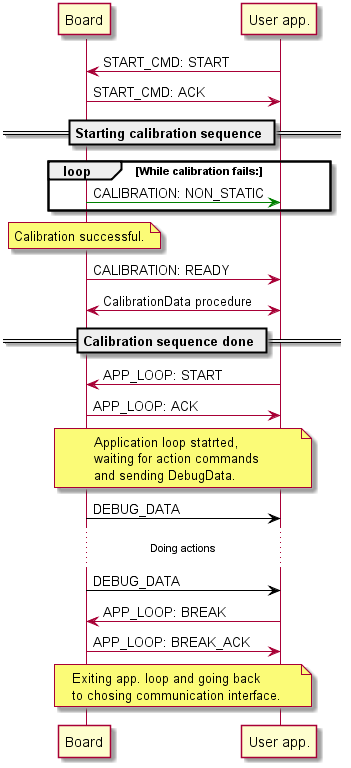
Earlier version of the PlantUML export doc/flow_sequences/app_loop_connection.png (skydiveuas/skydive).
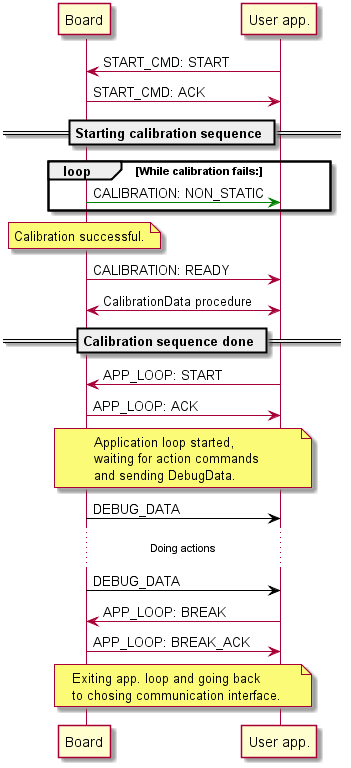
After the commit.

Diff of the diagram source:
```diff
@@ -19,7 +19,7 @@
 Board <- "User app.": APP_LOOP: START
 Board -> "User app.": APP_LOOP: ACK
 
-note over Board, "User app.": Application loop statrted,\nwaiting for action commands\nand sending DebugData.
+note over Board, "User app.": Application loop started,\nwaiting for action commands\nand sending DebugData.
 Board -[#black]> "User app.": DEBUG_DATA
 ...Doing actions...
 Board -[#black]> "User app.": DEBUG_DATA
```
